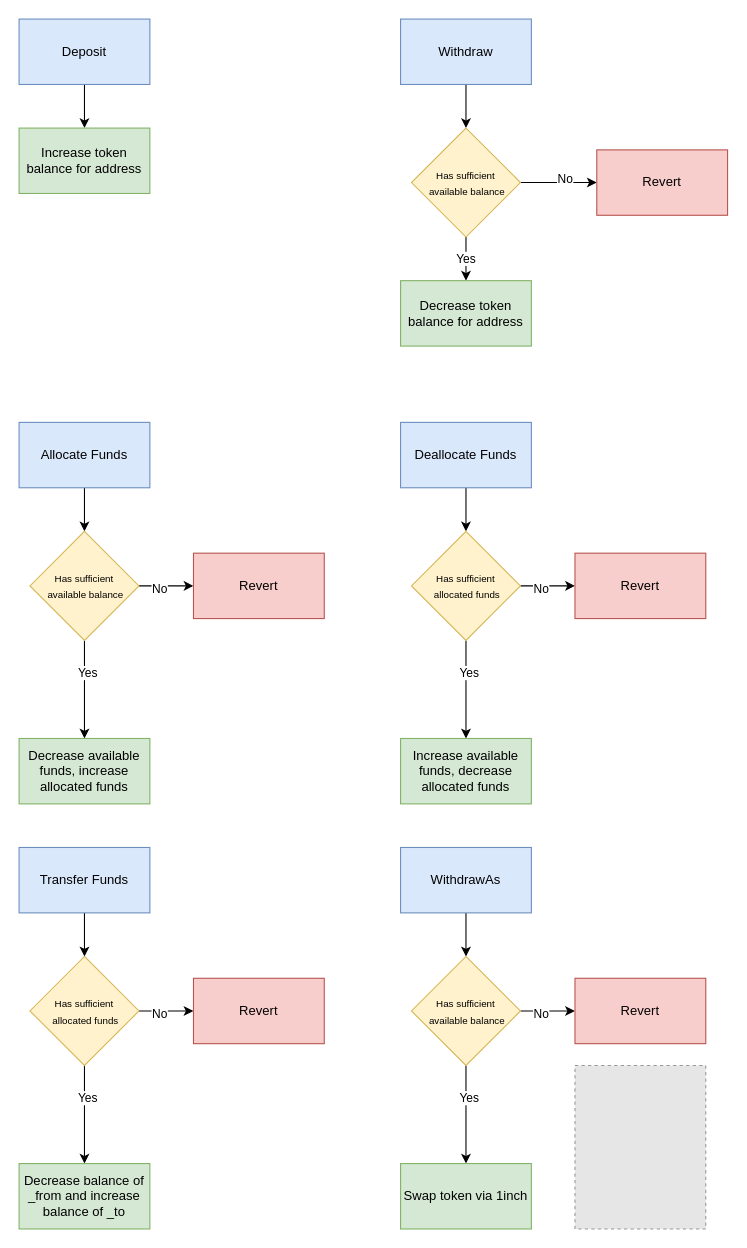
Before: page "Treasury" (2 of 3) of Untitled Diagram.drawio in amadeobrands/YetiRoll, a draw.io diagram. Source tidied: cells renumbered, new cells numbered last; positions are measured from the earlier drawing's top-left corner, leaving out a move shared by most shapes. Both pictures are drawn from the tidied source at 109%, with x=0, y=0 at pixel (19, 19). Pictures stored in the file or linked from it are replaced by grey dashed boxes.
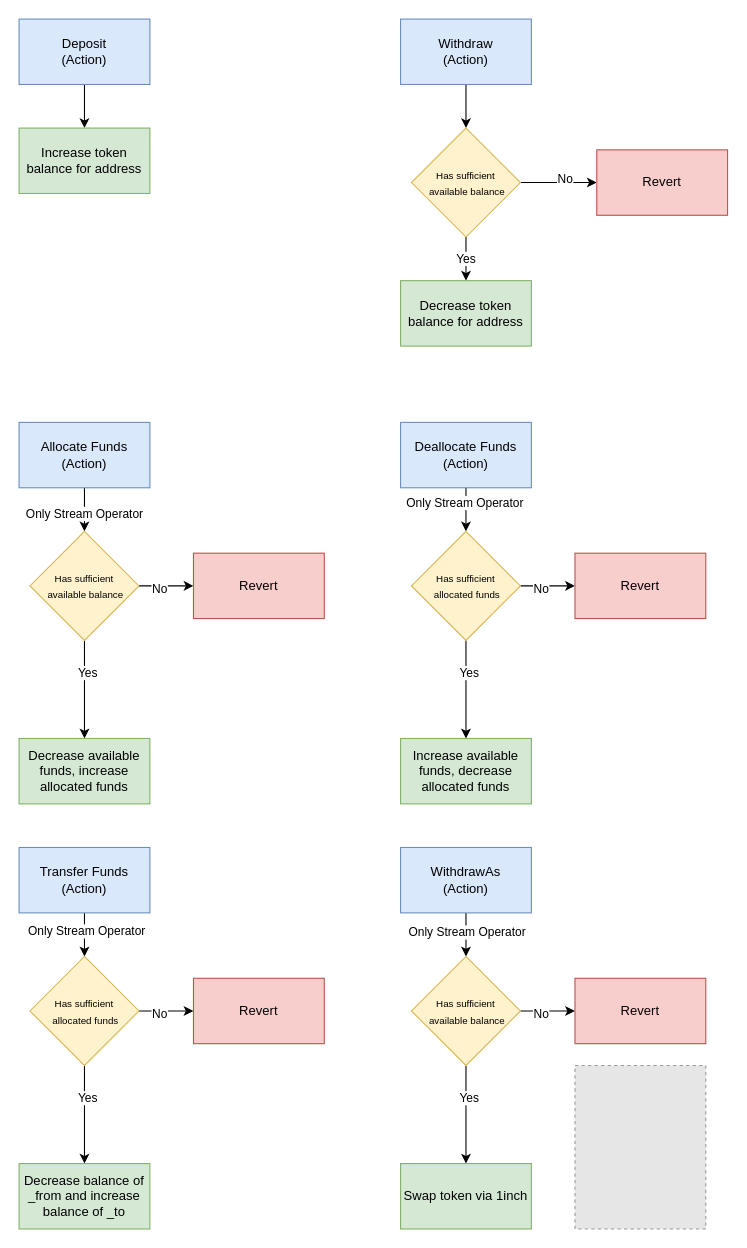
The same page after the edit.

The change refers to these unchanged cells:
```xml
<mxCell id="13" style="edgeStyle=orthogonalEdgeStyle;rounded=0;jettySize=auto;html=1;" parent="1" edge="1" source="14" target="19">
  <mxGeometry relative="1" as="geometry" />
</mxCell>
<mxCell id="22" style="edgeStyle=orthogonalEdgeStyle;rounded=0;jettySize=auto;html=1;" parent="1" edge="1" source="23" target="28">
  <mxGeometry relative="1" as="geometry" />
</mxCell>
<mxCell id="31" style="edgeStyle=orthogonalEdgeStyle;rounded=0;jettySize=auto;html=1;" parent="1" edge="1" source="32" target="37">
  <mxGeometry relative="1" as="geometry" />
</mxCell>
<mxCell id="40" style="edgeStyle=orthogonalEdgeStyle;rounded=0;jettySize=auto;html=1;" parent="1" edge="1" source="41" target="46">
  <mxGeometry relative="1" as="geometry" />
</mxCell>
```

Change to the diagram source:
```diff
@@
-    <mxCell id="3" value="Deposit" style="rounded=0;whiteSpace=wrap;html=1;fillColor=#dae8fc;strokeColor=#6c8ebf;" parent="1" vertex="1">
+    <mxCell id="3" value="Deposit&lt;br&gt;(Action)" style="rounded=0;whiteSpace=wrap;html=1;fillColor=#dae8fc;strokeColor=#6c8ebf;" parent="1" vertex="1">
       <mxGeometry width="120" height="60" as="geometry" />
     </mxCell>
@@
-    <mxCell id="6" value="Withdraw" style="rounded=0;whiteSpace=wrap;html=1;fillColor=#dae8fc;strokeColor=#6c8ebf;" parent="1" vertex="1">
+    <mxCell id="6" value="Withdraw&lt;br&gt;(Action)" style="rounded=0;whiteSpace=wrap;html=1;fillColor=#dae8fc;strokeColor=#6c8ebf;" parent="1" vertex="1">
       <mxGeometry x="350" width="120" height="60" as="geometry" />
     </mxCell>
@@
+    <mxCell id="50" value="Only Stream Operator" style="edgeLabel;html=1;align=center;verticalAlign=middle;" parent="13" vertex="1">
+      <mxGeometry x="0.15" y="-1" relative="1" as="geometry" />
+    </mxCell>
-    <mxCell id="14" value="Allocate Funds" style="rounded=0;whiteSpace=wrap;html=1;fillColor=#dae8fc;strokeColor=#6c8ebf;" parent="1" vertex="1">
+    <mxCell id="14" value="Allocate Funds&lt;br&gt;(Action)" style="rounded=0;whiteSpace=wrap;html=1;fillColor=#dae8fc;strokeColor=#6c8ebf;" parent="1" vertex="1">
       <mxGeometry y="370" width="120" height="60" as="geometry" />
     </mxCell>
@@
+    <mxCell id="51" value="Only Stream Operator" style="edgeLabel;html=1;align=center;verticalAlign=middle;" parent="22" vertex="1">
+      <mxGeometry x="-0.35" y="-2" relative="1" as="geometry" />
+    </mxCell>
-    <mxCell id="23" value="Deallocate Funds" style="rounded=0;whiteSpace=wrap;html=1;fillColor=#dae8fc;strokeColor=#6c8ebf;" parent="1" vertex="1">
+    <mxCell id="23" value="Deallocate Funds&lt;br&gt;(Action)" style="rounded=0;whiteSpace=wrap;html=1;fillColor=#dae8fc;strokeColor=#6c8ebf;" parent="1" vertex="1">
       <mxGeometry x="350" y="370" width="120" height="60" as="geometry" />
     </mxCell>
@@
+    <mxCell id="52" value="Only Stream Operator" style="edgeLabel;html=1;align=center;verticalAlign=middle;" parent="31" vertex="1">
+      <mxGeometry x="-0.2" y="1" relative="1" as="geometry" />
+    </mxCell>
-    <mxCell id="32" value="Transfer Funds" style="rounded=0;whiteSpace=wrap;html=1;fillColor=#dae8fc;strokeColor=#6c8ebf;" parent="1" vertex="1">
+    <mxCell id="32" value="Transfer Funds&lt;br&gt;(Action)" style="rounded=0;whiteSpace=wrap;html=1;fillColor=#dae8fc;strokeColor=#6c8ebf;" parent="1" vertex="1">
       <mxGeometry y="760" width="120" height="60" as="geometry" />
     </mxCell>
@@
+    <mxCell id="53" value="Only Stream Operator" style="edgeLabel;html=1;align=center;verticalAlign=middle;" parent="40" vertex="1">
+      <mxGeometry x="-0.15" relative="1" as="geometry" />
+    </mxCell>
-    <mxCell id="41" value="WithdrawAs" style="rounded=0;whiteSpace=wrap;html=1;fillColor=#dae8fc;strokeColor=#6c8ebf;" parent="1" vertex="1">
+    <mxCell id="41" value="WithdrawAs&lt;br&gt;(Action)" style="rounded=0;whiteSpace=wrap;html=1;fillColor=#dae8fc;strokeColor=#6c8ebf;" parent="1" vertex="1">
       <mxGeometry x="350" y="760" width="120" height="60" as="geometry" />
     </mxCell>
```
